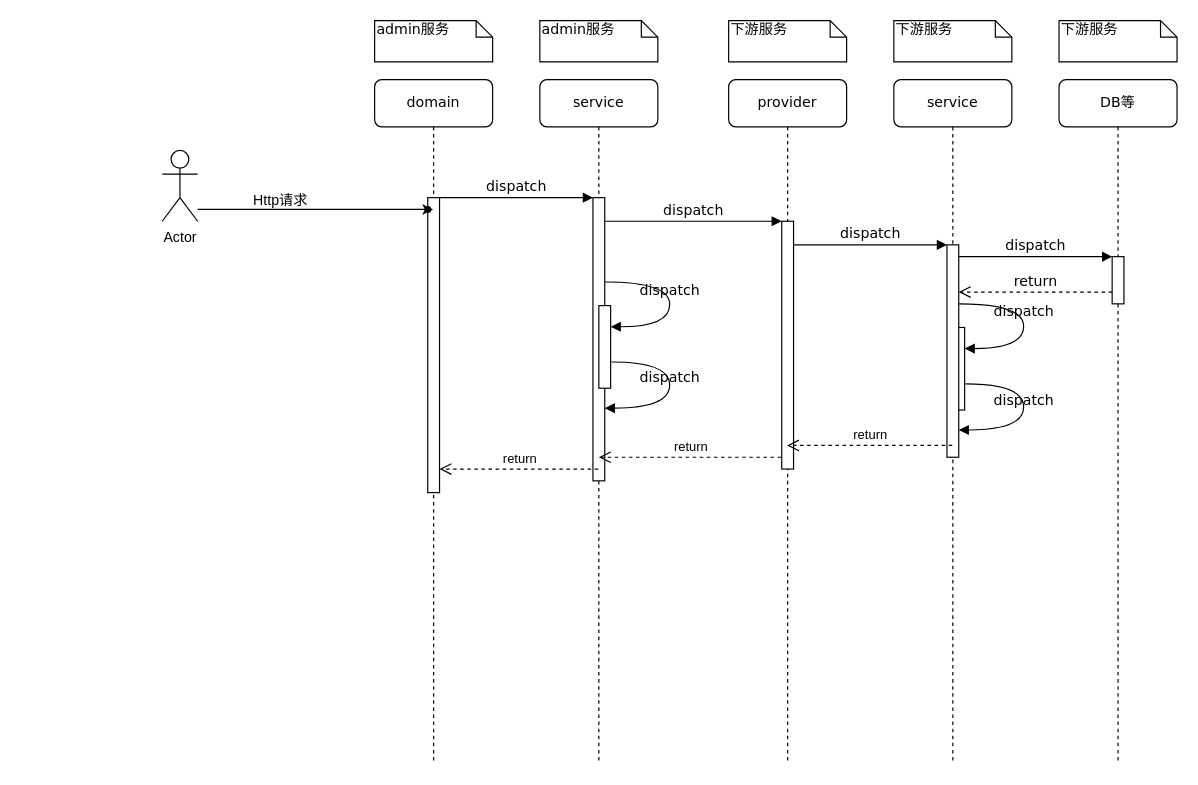
The draw.io diagram platform-admin调用流程.drawio in Rain-ziyu/img, before the edit. Source tidied: cells renumbered, new cells numbered last; positions are measured from the earlier drawing's top-left corner, leaving out a move shared by most shapes. Both pictures are drawn from the tidied source at 118%, with x=0, y=0 at pixel (162, 20).
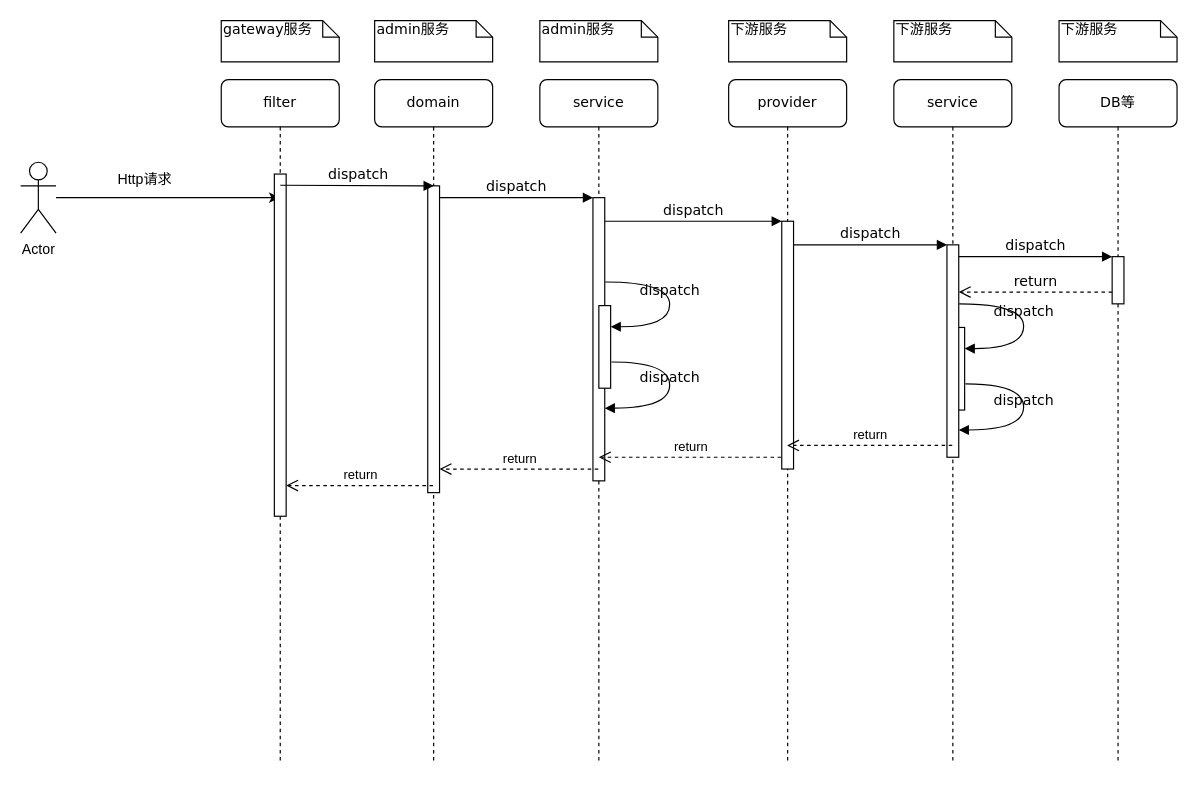
After the change.

Commit message:
更新platform-admin调用流程.drawio

Unchanged cells that the change refers to:
```xml
<mxCell id="14" value="domain" style="shape=umlLifeline;perimeter=lifelinePerimeter;whiteSpace=wrap;html=1;outlineConnect=0;rounded=1;shadow=0;comic=0;labelBackgroundColor=none;strokeWidth=1;fontFamily=Verdana;fontSize=12;align=center;" parent="1" vertex="1">
  <mxGeometry x="180" y="50" width="100" height="580" as="geometry" />
</mxCell>
```

Change to the diagram source:
```diff
@@
     <mxCell id="15" style="html=1;points=[];perimeter=orthogonalPerimeter;rounded=0;shadow=0;comic=0;labelBackgroundColor=none;strokeWidth=1;fontFamily=Verdana;fontSize=12;align=center;" parent="14" vertex="1">
-      <mxGeometry x="45" y="100" width="10" height="250" as="geometry" />
+      <mxGeometry x="45" y="90" width="10" height="260" as="geometry" />
     </mxCell>
@@
-    <mxCell id="17" style="shape=waypoint;sketch=0;size=6;fillColor=default;perimeter=centerPerimeter;verticalAlign=top;" parent="14" vertex="1">
-      <mxGeometry x="35" y="100" width="20" height="20" as="geometry" />
-    </mxCell>
@@
-    <mxCell id="32" style="edgeStyle=orthogonalEdgeStyle;rounded=0;jettySize=auto;html=1;" parent="1" edge="1" source="33" target="14">
-      <mxGeometry relative="1" as="geometry">
-        <Array as="points">
-          <mxPoint x="70" y="160" />
-          <mxPoint x="70" y="160" />
-        </Array>
-      </mxGeometry>
-    </mxCell>
+    <mxCell id="35" style="edgeStyle=orthogonalEdgeStyle;rounded=0;jettySize=auto;html=1;" parent="1" edge="1" source="33" target="36">
+      <mxGeometry relative="1" as="geometry">
+        <Array as="points">
+          <mxPoint y="150" />
+          <mxPoint y="150" />
+        </Array>
+      </mxGeometry>
+    </mxCell>
     <mxCell id="33" value="Actor" style="shape=umlActor;verticalLabelPosition=bottom;verticalAlign=top;html=1;" parent="1" vertex="1">
-      <mxGeometry y="110" width="30" height="60" as="geometry" />
+      <mxGeometry x="-120" y="120" width="30" height="60" as="geometry" />
     </mxCell>
     <mxCell id="34" value="Http请求" style="text;html=1;align=center;verticalAlign=middle;strokeColor=none;fillColor=none;" parent="1" vertex="1">
-      <mxGeometry x="65" y="138" width="70" height="30" as="geometry" />
+      <mxGeometry x="-50" y="120" width="70" height="30" as="geometry" />
     </mxCell>
+    <mxCell id="36" value="filter" style="shape=umlLifeline;perimeter=lifelinePerimeter;whiteSpace=wrap;html=1;outlineConnect=0;rounded=1;shadow=0;comic=0;labelBackgroundColor=none;strokeWidth=1;fontFamily=Verdana;fontSize=12;align=center;" parent="1" vertex="1">
+      <mxGeometry x="50" y="50" width="100" height="580" as="geometry" />
+    </mxCell>
+    <mxCell id="37" style="html=1;perimeter=orthogonalPerimeter;rounded=0;shadow=0;comic=0;labelBackgroundColor=none;strokeWidth=1;fontFamily=Verdana;fontSize=12;align=center;" parent="36" vertex="1">
+      <mxGeometry x="45" y="80" width="10" height="290" as="geometry" />
+    </mxCell>
+    <mxCell id="38" value="return" style="html=1;verticalAlign=bottom;endArrow=open;dashed=1;endSize=8;curved=0;rounded=0;" parent="36" edge="1" source="14">
+      <mxGeometry relative="1" as="geometry">
+        <mxPoint x="55" y="344" as="targetPoint" />
+      </mxGeometry>
+    </mxCell>
+    <mxCell id="39" value="gateway服务" style="shape=note;whiteSpace=wrap;html=1;size=14;verticalAlign=top;align=left;spacingTop=-6;rounded=0;shadow=0;comic=0;labelBackgroundColor=none;strokeWidth=1;fontFamily=Verdana;fontSize=12;" parent="1" vertex="1">
+      <mxGeometry x="50" width="100" height="35" as="geometry" />
+    </mxCell>
+    <mxCell id="40" value="dispatch" style="html=1;verticalAlign=bottom;endArrow=block;entryX=0;entryY=0;labelBackgroundColor=none;fontFamily=Verdana;fontSize=12;edgeStyle=elbowEdgeStyle;elbow=vertical;" parent="1" edge="1">
+      <mxGeometry relative="1" as="geometry">
+        <mxPoint x="100" y="139.5" as="sourcePoint" />
+        <mxPoint x="230" y="139.5" as="targetPoint" />
+      </mxGeometry>
+    </mxCell>
```
